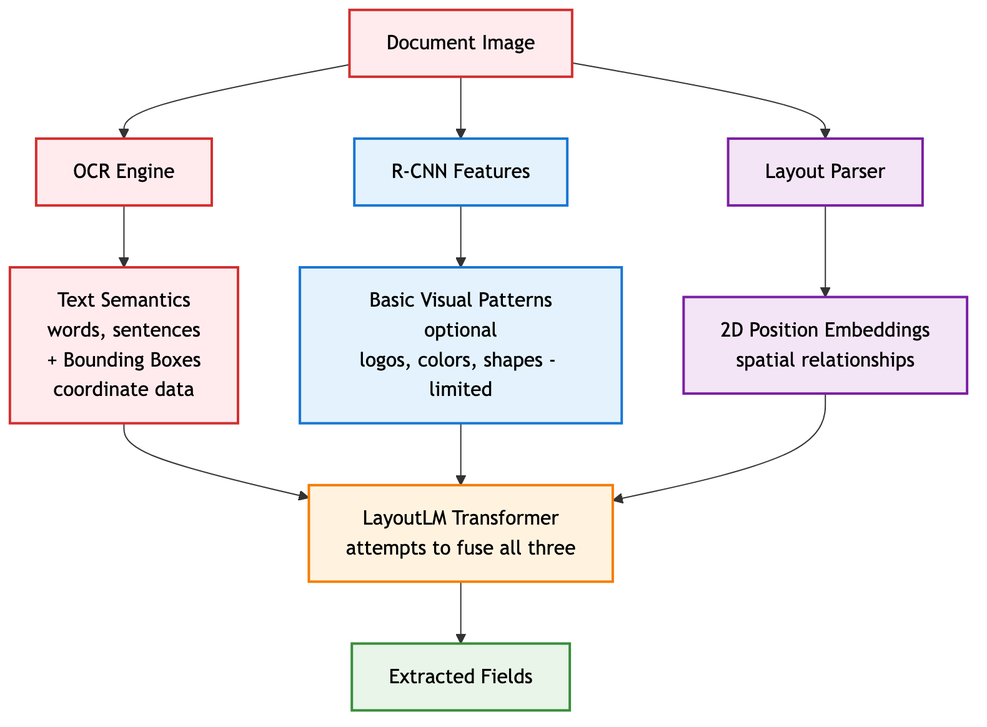
This is presentation_materials/presentation_diagrams/mermaid_exports/LayoutLM_Detailed_Architecture.png from tmnestor/unified_vision_processor_minimal, a Mermaid export, as it was before one commit. Its source is kept beside it as presentation_materials/presentation_diagrams/mermaid_exports/LayoutLM_Detailed_Architecture.mmd.
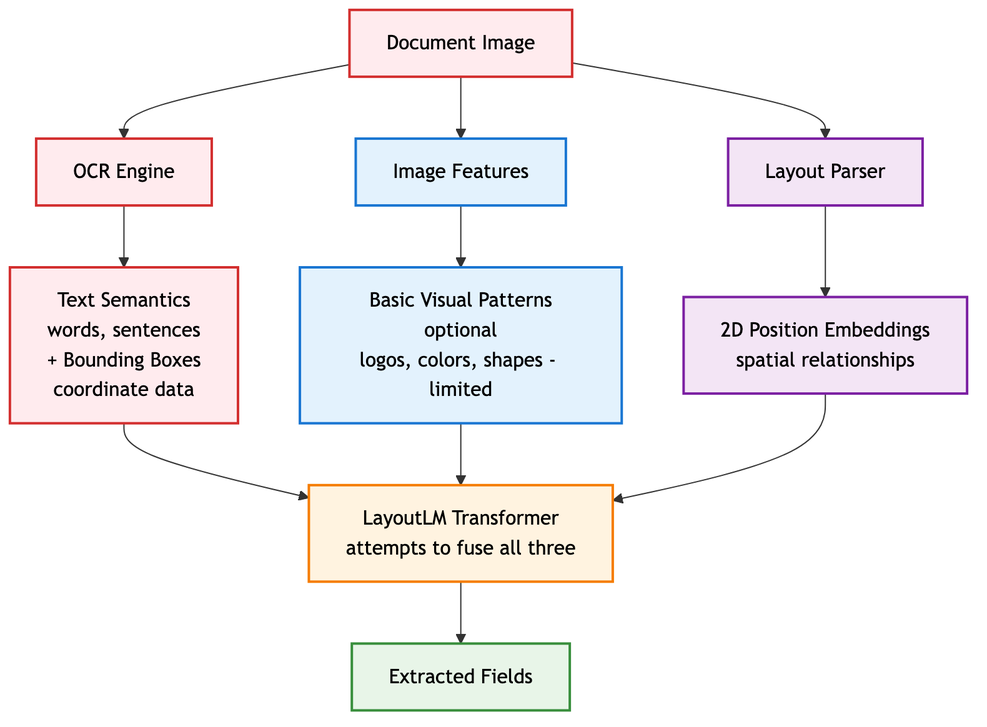
The same file after the commit.

Diff of the diagram source:
```diff
@@ -1,6 +1,6 @@
 graph TD
     A[Document Image] --> B1[OCR Engine]
-    A --> B2[R-CNN Features]
+    A --> B2[Image Features]
     A --> B3[Layout Parser]
 
     B1 --> C1[Text Semantics<br/>words, sentences<br/>+ Bounding Boxes<br/>coordinate data]
@@ -16,13 +16,13 @@
     D --> E[Extracted Fields]
 
     classDef ocrStream fill:#ffebee,stroke:#d32f2f,stroke-width:2px,color:#000
-    classDef cnnStream fill:#e3f2fd,stroke:#1976d2,stroke-width:2px,color:#000
+    classDef imageStream fill:#e3f2fd,stroke:#1976d2,stroke-width:2px,color:#000
     classDef layoutStream fill:#f3e5f5,stroke:#7b1fa2,stroke-width:2px,color:#000
     classDef fusion fill:#fff3e0,stroke:#f57c00,stroke-width:2px,color:#000
     classDef output fill:#e8f5e8,stroke:#388e3c,stroke-width:2px,color:#000
 
     class A,B1,C1 ocrStream
-    class B2,C2 cnnStream
+    class B2,C2 imageStream
     class B3,C3 layoutStream
     class D fusion
     class E output
```
